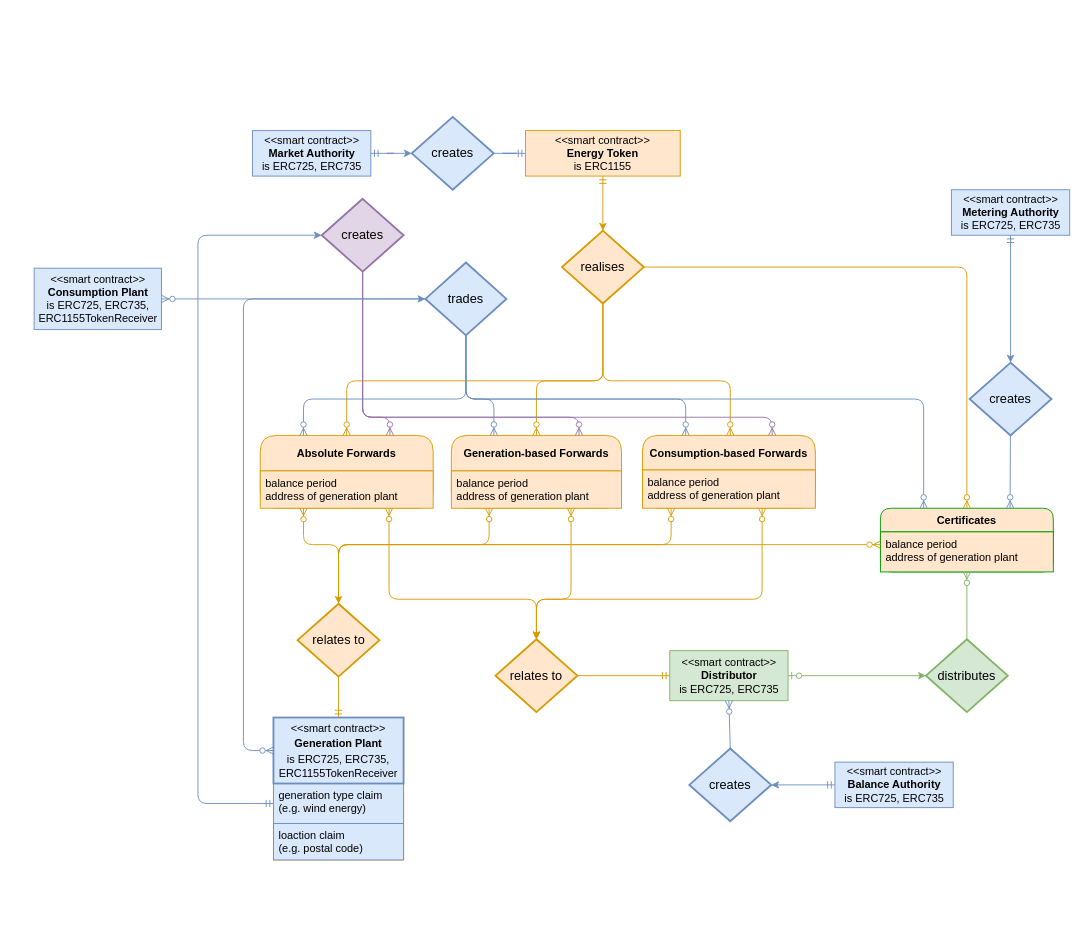
Earlier version of the draw.io diagram page "ER-Modell: Energy Token" (4 of 5) of documentation/diagrams.drawio (B2E2/b2e2_contracts). Source tidied: cells renumbered, new cells numbered last; positions are measured from the earlier drawing's top-left corner, leaving out a move shared by most shapes. Both pictures are drawn from the tidied source at 91%, with x=0, y=0 at pixel (34, 116).
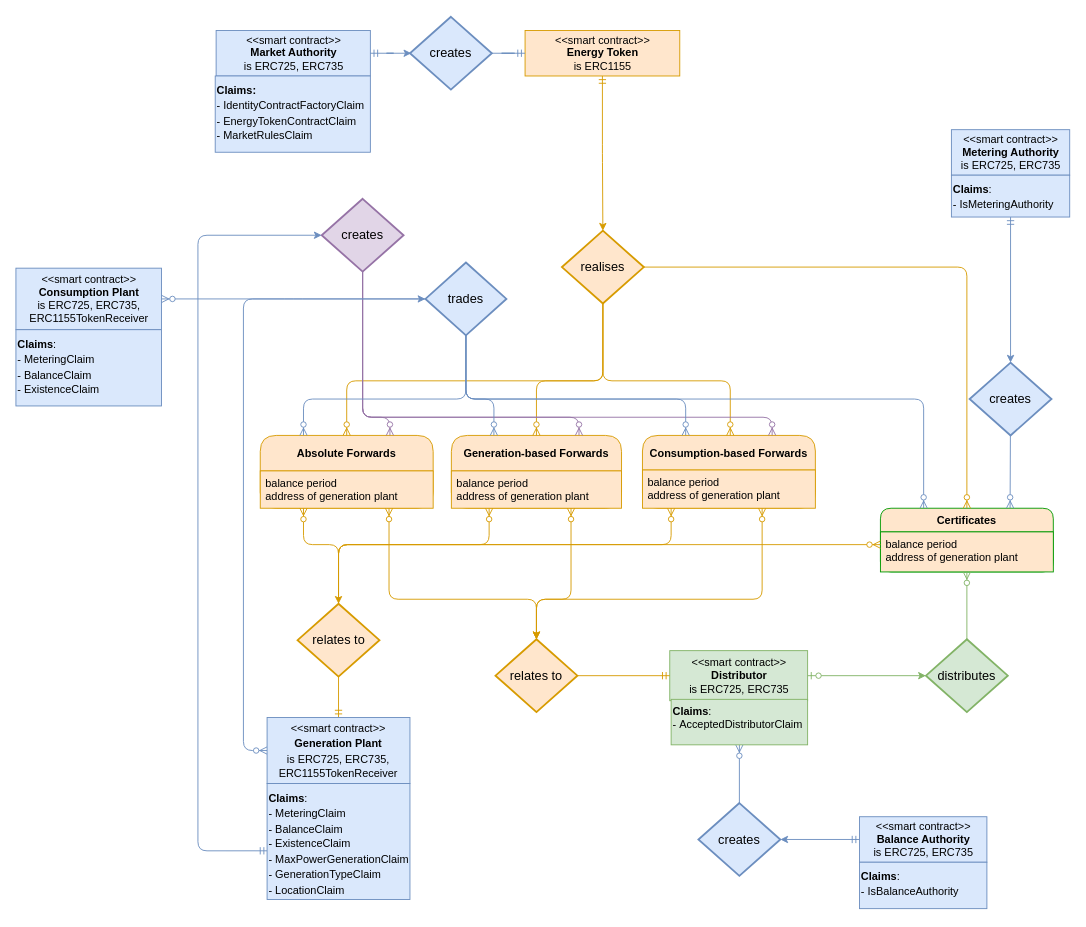
After the change.

The change refers to these unchanged cells:
```xml
<mxCell id="36" value="creates" style="shape=rhombus;strokeWidth=2;fontSize=17;perimeter=rhombusPerimeter;whiteSpace=wrap;html=1;align=center;fontSize=14;rounded=0;fillColor=#e1d5e7;strokeColor=#9673a6;" parent="1" vertex="1">
  <mxGeometry x="316" y="90" width="90" height="80" as="geometry" />
</mxCell>
<mxCell id="46" value="creates" style="shape=rhombus;strokeWidth=2;fontSize=17;perimeter=rhombusPerimeter;whiteSpace=wrap;html=1;align=center;fontSize=14;rounded=0;fillColor=#dae8fc;strokeColor=#6c8ebf;" parent="1" vertex="1">
  <mxGeometry x="1028" y="270" width="90" height="80" as="geometry" />
</mxCell>
```

What changed in the source:
```diff
@@
-    <mxCell id="2" style="edgeStyle=orthogonalEdgeStyle;rounded=1;jettySize=auto;html=1;startArrow=ERmandOne;startFill=0;endArrow=classic;endFill=1;entryX=0.5;entryY=0;entryDx=0;entryDy=0;exitX=0.5;exitY=1;exitDx=0;exitDy=0;fillColor=#dae8fc;strokeColor=#6c8ebf;" parent="1" edge="1" source="51" target="46">
+    <mxCell id="2" style="edgeStyle=orthogonalEdgeStyle;rounded=1;jettySize=auto;html=1;startArrow=ERmandOne;startFill=0;endArrow=classic;endFill=1;entryX=0.5;entryY=0;entryDx=0;entryDy=0;exitX=0.5;exitY=1;exitDx=0;exitDy=0;fillColor=#dae8fc;strokeColor=#6c8ebf;" parent="1" edge="1" source="64" target="46">
       <mxGeometry relative="1" as="geometry" />
     </mxCell>
     <mxCell id="3" value="&amp;lt;&amp;lt;smart contract&amp;gt;&amp;gt;&lt;br&gt;&lt;b&gt;Energy Token &lt;br&gt;&lt;/b&gt;is ERC1155" style="rounded=0;whiteSpace=wrap;html=1;fillColor=#ffe6cc;strokeColor=#d79b00;" parent="1" vertex="1">
-      <mxGeometry x="540" y="15" width="170" height="50" as="geometry" />
+      <mxGeometry x="539.5" y="-95" width="170" height="50" as="geometry" />
     </mxCell>
@@
-    <mxCell id="12" style="swimlane;fontStyle=1;horizontal=1;startSize=0;fillColor=#ffe6cc;rounded=0;strokeColor=#d79b00;" parent="1" vertex="1">
-      <mxGeometry x="263" y="732.5" width="143" height="84" as="geometry" />
-    </mxCell>
-    <mxCell id="13" value="generation type claim &#10;(e.g. wind energy)&#10;" style="text;strokeColor=#6c8ebf;fillColor=#dae8fc;align=left;verticalAlign=top;spacingLeft=4;spacingRight=4;overflow=hidden;points=[[0,0.5],[1,0.5]];portConstraint=eastwest;" parent="12" vertex="1">
-      <mxGeometry width="143" height="44" as="geometry" />
-    </mxCell>
-    <mxCell id="14" value="loaction claim&#10;(e.g. postal code)" style="text;strokeColor=#6c8ebf;fillColor=#dae8fc;align=left;verticalAlign=top;spacingLeft=4;spacingRight=4;overflow=hidden;" parent="12" vertex="1">
-      <mxGeometry y="44" width="143" height="40" as="geometry" />
-    </mxCell>
@@
     <mxCell id="27" value="&amp;lt;&amp;lt;smart contract&amp;gt;&amp;gt;&lt;br&gt;&lt;b&gt;Market Authority&lt;/b&gt;&lt;br&gt;is ERC725, ERC735" style="html=1;fillColor=#dae8fc;strokeColor=#6c8ebf;" parent="1" vertex="1">
-      <mxGeometry x="240" y="15" width="130" height="50" as="geometry" />
+      <mxGeometry x="200" y="-95" width="169.5" height="50" as="geometry" />
     </mxCell>
-    <mxCell id="28" style="edgeStyle=entityRelationEdgeStyle;fontSize=12;html=1;endArrow=classic;startArrow=ERmandOne;entryX=0;entryY=0.5;entryDx=0;entryDy=0;exitX=1;exitY=0.5;exitDx=0;exitDy=0;startFill=0;fillColor=#dae8fc;strokeColor=#6c8ebf;endFill=1;" parent="1" edge="1" source="27" target="29">
-      <mxGeometry relative="1" as="geometry" />
+    <mxCell id="28" style="edgeStyle=entityRelationEdgeStyle;fontSize=12;html=1;endArrow=classic;startArrow=ERmandOne;entryX=0;entryY=0.5;entryDx=0;entryDy=0;exitX=1;exitY=0.5;exitDx=0;exitDy=0;startFill=0;fillColor=#dae8fc;strokeColor=#6c8ebf;endFill=1;" parent="1" edge="1" source="27">
+      <mxGeometry relative="1" as="geometry">
+        <mxPoint x="414.5" y="-70" as="targetPoint" />
+      </mxGeometry>
     </mxCell>
     <mxCell id="29" value="creates" style="shape=rhombus;strokeWidth=2;fontSize=17;perimeter=rhombusPerimeter;whiteSpace=wrap;html=1;align=center;fontSize=14;rounded=0;fillColor=#dae8fc;strokeColor=#6c8ebf;" parent="1" vertex="1">
-      <mxGeometry x="415" width="90" height="80" as="geometry" />
+      <mxGeometry x="413" y="-110" width="90" height="80" as="geometry" />
     </mxCell>
-    <mxCell id="30" style="edgeStyle=entityRelationEdgeStyle;fontSize=12;html=1;endArrow=ERmandOne;startArrow=none;exitX=1;exitY=0.5;exitDx=0;exitDy=0;startFill=0;fillColor=#dae8fc;strokeColor=#6c8ebf;entryX=0;entryY=0.5;entryDx=0;entryDy=0;" parent="1" edge="1" source="29" target="3">
+    <mxCell id="30" style="edgeStyle=entityRelationEdgeStyle;fontSize=12;html=1;endArrow=ERmandOne;startArrow=none;startFill=0;fillColor=#dae8fc;strokeColor=#6c8ebf;entryX=0;entryY=0.5;entryDx=0;entryDy=0;" parent="1" edge="1" source="29" target="3">
       <mxGeometry relative="1" as="geometry" />
     </mxCell>
@@
     <mxCell id="43" value="creates" style="shape=rhombus;strokeWidth=2;fontSize=17;perimeter=rhombusPerimeter;whiteSpace=wrap;html=1;align=center;fontSize=14;rounded=0;fillColor=#dae8fc;strokeColor=#6c8ebf;" parent="1" vertex="1">
-      <mxGeometry x="720" y="694" width="90" height="80" as="geometry" />
+      <mxGeometry x="730" y="754" width="90" height="80" as="geometry" />
     </mxCell>
@@
-    <mxCell id="48" style="edgeStyle=orthogonalEdgeStyle;rounded=1;jettySize=auto;html=1;startArrow=classic;startFill=1;endArrow=ERmandOne;endFill=0;entryX=0;entryY=0.5;entryDx=0;entryDy=0;fillColor=#dae8fc;strokeColor=#6c8ebf;exitX=0;exitY=0.5;exitDx=0;exitDy=0;" parent="1" edge="1" source="36" target="13">
+    <mxCell id="48" style="edgeStyle=orthogonalEdgeStyle;rounded=1;jettySize=auto;html=1;startArrow=classic;startFill=1;endArrow=ERmandOne;endFill=0;fillColor=#dae8fc;strokeColor=#6c8ebf;exitX=0;exitY=0.5;exitDx=0;exitDy=0;entryX=0.003;entryY=0.58;entryDx=0;entryDy=0;entryPerimeter=0;" parent="1" edge="1" source="36" target="61">
       <mxGeometry relative="1" as="geometry">
         <Array as="points">
           <mxPoint x="180" y="130" />
-          <mxPoint x="180" y="755" />
+          <mxPoint x="180" y="807" />
         </Array>
       </mxGeometry>
     </mxCell>
     <mxCell id="49" value="&amp;lt;&amp;lt;smart contract&amp;gt;&amp;gt;&lt;br&gt;&lt;b&gt;Consumption Plant&lt;/b&gt;&lt;br&gt;is ERC725, ERC735,&lt;br&gt;ERC1155TokenReceiver" style="html=1;fillColor=#dae8fc;strokeColor=#6c8ebf;" parent="1" vertex="1">
-      <mxGeometry y="166.2" width="140" height="67.5" as="geometry" />
+      <mxGeometry x="-20" y="166.2" width="160" height="67.5" as="geometry" />
     </mxCell>
     <mxCell id="50" value="&amp;lt;&amp;lt;smart contract&amp;gt;&amp;gt;&lt;br&gt;&lt;b&gt;Balance Authority&lt;/b&gt;&lt;br&gt;is ERC725, ERC735" style="html=1;fillColor=#dae8fc;strokeColor=#6c8ebf;" parent="1" vertex="1">
-      <mxGeometry x="880" y="709" width="130" height="50" as="geometry" />
+      <mxGeometry x="907" y="769" width="140" height="50" as="geometry" />
     </mxCell>
     <mxCell id="51" value="&amp;lt;&amp;lt;smart contract&amp;gt;&amp;gt;&lt;br&gt;&lt;b&gt;Metering Authority&lt;/b&gt;&lt;br&gt;is ERC725, ERC735" style="html=1;fillColor=#dae8fc;strokeColor=#6c8ebf;" parent="1" vertex="1">
-      <mxGeometry x="1008" y="80" width="130" height="50" as="geometry" />
+      <mxGeometry x="1008" y="14" width="130" height="50" as="geometry" />
     </mxCell>
     <mxCell id="52" value="&amp;lt;&amp;lt;smart contract&amp;gt;&amp;gt;&lt;br&gt;&lt;b&gt;Distributor&lt;br&gt;&lt;/b&gt;&lt;span style=&quot;white-space: nowrap&quot;&gt;is ERC725, ERC735&lt;/span&gt;&lt;b&gt;&lt;br&gt;&lt;/b&gt;" style="rounded=0;whiteSpace=wrap;html=1;fillColor=#d5e8d4;strokeColor=#82b366;" parent="1" vertex="1">
-      <mxGeometry x="698.5" y="586.5" width="130" height="55" as="geometry" />
+      <mxGeometry x="698.5" y="586.5" width="151.5" height="55" as="geometry" />
     </mxCell>
-    <mxCell id="53" style="rounded=1;jettySize=auto;html=1;entryX=0.5;entryY=1;entryDx=0;entryDy=0;startArrow=none;startFill=0;endArrow=ERzeroToMany;endFill=1;fillColor=#dae8fc;strokeColor=#6c8ebf;exitX=0.5;exitY=0;exitDx=0;exitDy=0;" parent="1" edge="1" source="43" target="52">
+    <mxCell id="53" style="rounded=1;jettySize=auto;html=1;entryX=0.5;entryY=1;entryDx=0;entryDy=0;startArrow=none;startFill=0;endArrow=ERzeroToMany;endFill=1;fillColor=#dae8fc;strokeColor=#6c8ebf;exitX=0.5;exitY=0;exitDx=0;exitDy=0;" parent="1" edge="1" source="43" target="65">
       <mxGeometry relative="1" as="geometry" />
     </mxCell>
@@
-    <mxCell id="60" value="&lt;span style=&quot;font-size: 12px ; white-space: nowrap&quot;&gt;&amp;lt;&amp;lt;smart contract&amp;gt;&amp;gt;&lt;/span&gt;&lt;br style=&quot;font-size: 12px ; white-space: nowrap&quot;&gt;&lt;b style=&quot;font-size: 12px ; white-space: nowrap&quot;&gt;Generation Plant&lt;/b&gt;&lt;br style=&quot;font-size: 12px ; white-space: nowrap&quot;&gt;&lt;span style=&quot;font-size: 12px ; white-space: nowrap&quot;&gt;is ERC725, ERC735,&lt;br&gt;&lt;/span&gt;&lt;span style=&quot;font-size: 12px ; white-space: nowrap&quot;&gt;ERC1155TokenReceiver&lt;/span&gt;&lt;span style=&quot;font-size: 12px ; white-space: nowrap&quot;&gt;&lt;br&gt;&lt;/span&gt;" style="strokeWidth=2;whiteSpace=wrap;html=1;align=center;fontSize=14;rounded=0;fillColor=#dae8fc;strokeColor=#6c8ebf;" parent="1" vertex="1">
-      <mxGeometry x="263" y="660" width="143" height="72.5" as="geometry" />
+    <mxCell id="60" value="&lt;span style=&quot;font-size: 12px ; white-space: nowrap&quot;&gt;&amp;lt;&amp;lt;smart contract&amp;gt;&amp;gt;&lt;/span&gt;&lt;br style=&quot;font-size: 12px ; white-space: nowrap&quot;&gt;&lt;b style=&quot;font-size: 12px ; white-space: nowrap&quot;&gt;Generation Plant&lt;/b&gt;&lt;br style=&quot;font-size: 12px ; white-space: nowrap&quot;&gt;&lt;span style=&quot;font-size: 12px ; white-space: nowrap&quot;&gt;is ERC725, ERC735,&lt;br&gt;&lt;/span&gt;&lt;span style=&quot;font-size: 12px ; white-space: nowrap&quot;&gt;ERC1155TokenReceiver&lt;/span&gt;&lt;span style=&quot;font-size: 12px ; white-space: nowrap&quot;&gt;&lt;br&gt;&lt;/span&gt;" style="strokeWidth=1;whiteSpace=wrap;html=1;align=center;fontSize=14;rounded=0;fillColor=#dae8fc;strokeColor=#6c8ebf;" parent="1" vertex="1">
+      <mxGeometry x="256" y="660" width="157" height="72.5" as="geometry" />
     </mxCell>
+    <mxCell id="61" value="&lt;div&gt;&lt;span style=&quot;font-size: 12px&quot;&gt;&lt;b&gt;Claims&lt;/b&gt;:&amp;nbsp;&lt;/span&gt;&lt;/div&gt;&lt;div&gt;&lt;span style=&quot;font-size: 12px&quot;&gt;- MeteringClaim&lt;/span&gt;&lt;/div&gt;&lt;div&gt;&lt;span style=&quot;font-size: 12px&quot;&gt;- BalanceClaim&lt;/span&gt;&lt;/div&gt;&lt;div&gt;&lt;span style=&quot;font-size: 12px&quot;&gt;- ExistenceClaim&lt;/span&gt;&lt;/div&gt;&lt;div&gt;&lt;span style=&quot;font-size: 12px&quot;&gt;- MaxPowerGenerationClaim&lt;/span&gt;&lt;/div&gt;&lt;div&gt;&lt;span style=&quot;font-size: 12px&quot;&gt;- GenerationTypeClaim&lt;/span&gt;&lt;/div&gt;&lt;div&gt;&lt;span style=&quot;font-size: 12px&quot;&gt;- LocationClaim&lt;/span&gt;&lt;/div&gt;&lt;div style=&quot;font-size: 12px&quot;&gt;&lt;br&gt;&lt;/div&gt;" style="strokeWidth=1;whiteSpace=wrap;html=1;align=left;fontSize=14;rounded=0;fillColor=#dae8fc;strokeColor=#6c8ebf;verticalAlign=top;" parent="1" vertex="1">
+      <mxGeometry x="256" y="732.5" width="157" height="127.5" as="geometry" />
+    </mxCell>
+    <mxCell id="62" value="&lt;div&gt;&lt;div&gt;&lt;span style=&quot;font-size: 12px&quot;&gt;&lt;b&gt;Claims&lt;/b&gt;:&amp;nbsp;&lt;/span&gt;&lt;/div&gt;&lt;div&gt;&lt;span style=&quot;font-size: 12px&quot;&gt;- MeteringClaim&lt;/span&gt;&lt;/div&gt;&lt;div&gt;&lt;span style=&quot;font-size: 12px&quot;&gt;- BalanceClaim&lt;/span&gt;&lt;/div&gt;&lt;div&gt;&lt;span style=&quot;font-size: 12px&quot;&gt;- ExistenceClaim&lt;/span&gt;&lt;/div&gt;&lt;/div&gt;" style="strokeWidth=1;whiteSpace=wrap;html=1;align=left;fontSize=14;rounded=0;fillColor=#dae8fc;strokeColor=#6c8ebf;verticalAlign=top;" parent="1" vertex="1">
+      <mxGeometry x="-20" y="233.8" width="160" height="83.8" as="geometry" />
+    </mxCell>
+    <mxCell id="63" value="&lt;div&gt;&lt;span style=&quot;font-size: 12px&quot;&gt;&lt;b&gt;Claims&lt;/b&gt;:&amp;nbsp;&lt;/span&gt;&lt;/div&gt;&lt;span style=&quot;font-size: 12px&quot;&gt;- IsBalanceAuthority&lt;/span&gt;&lt;div style=&quot;font-size: 12px&quot;&gt;&lt;br&gt;&lt;/div&gt;" style="strokeWidth=1;whiteSpace=wrap;html=1;align=left;fontSize=14;rounded=0;fillColor=#dae8fc;strokeColor=#6c8ebf;verticalAlign=top;" parent="1" vertex="1">
+      <mxGeometry x="907" y="819" width="140" height="51" as="geometry" />
+    </mxCell>
+    <mxCell id="64" value="&lt;div&gt;&lt;span style=&quot;font-size: 12px&quot;&gt;&lt;b&gt;Claims&lt;/b&gt;:&amp;nbsp;&lt;/span&gt;&lt;/div&gt;&lt;span style=&quot;font-size: 12px&quot;&gt;-&amp;nbsp;&lt;/span&gt;&lt;span style=&quot;font-size: 12px&quot;&gt;IsMeteringAuthority&lt;/span&gt;&lt;div style=&quot;font-size: 12px&quot;&gt;&lt;br&gt;&lt;/div&gt;" style="strokeWidth=1;whiteSpace=wrap;html=1;align=left;fontSize=14;rounded=0;fillColor=#dae8fc;strokeColor=#6c8ebf;verticalAlign=top;" parent="1" vertex="1">
+      <mxGeometry x="1008" y="64" width="130" height="46" as="geometry" />
+    </mxCell>
+    <mxCell id="65" value="&lt;div&gt;&lt;b&gt;Claims&lt;/b&gt;:&amp;nbsp;&lt;/div&gt;-&amp;nbsp;AcceptedDistributorClaim" style="rounded=0;whiteSpace=wrap;html=1;fillColor=#d5e8d4;strokeColor=#82b366;align=left;verticalAlign=top;" parent="1" vertex="1">
+      <mxGeometry x="700" y="640" width="150" height="50" as="geometry" />
+    </mxCell>
+    <mxCell id="66" value="&lt;div&gt;&lt;span style=&quot;font-size: 12px&quot;&gt;&lt;b&gt;Claims:&lt;/b&gt;&lt;/span&gt;&lt;/div&gt;&lt;div&gt;&lt;span style=&quot;font-size: 12px&quot;&gt;- IdentityContractFactoryClaim&lt;/span&gt;&lt;/div&gt;&lt;div&gt;&lt;span style=&quot;font-size: 12px&quot;&gt;- EnergyTokenContractClaim&lt;/span&gt;&lt;/div&gt;&lt;div&gt;&lt;span style=&quot;font-size: 12px&quot;&gt;- MarketRulesClaim&lt;/span&gt;&lt;/div&gt;" style="strokeWidth=1;whiteSpace=wrap;html=1;align=left;fontSize=14;rounded=0;fillColor=#dae8fc;strokeColor=#6c8ebf;verticalAlign=top;" parent="1" vertex="1">
+      <mxGeometry x="199" y="-45" width="170.5" height="83.8" as="geometry" />
+    </mxCell>
```
